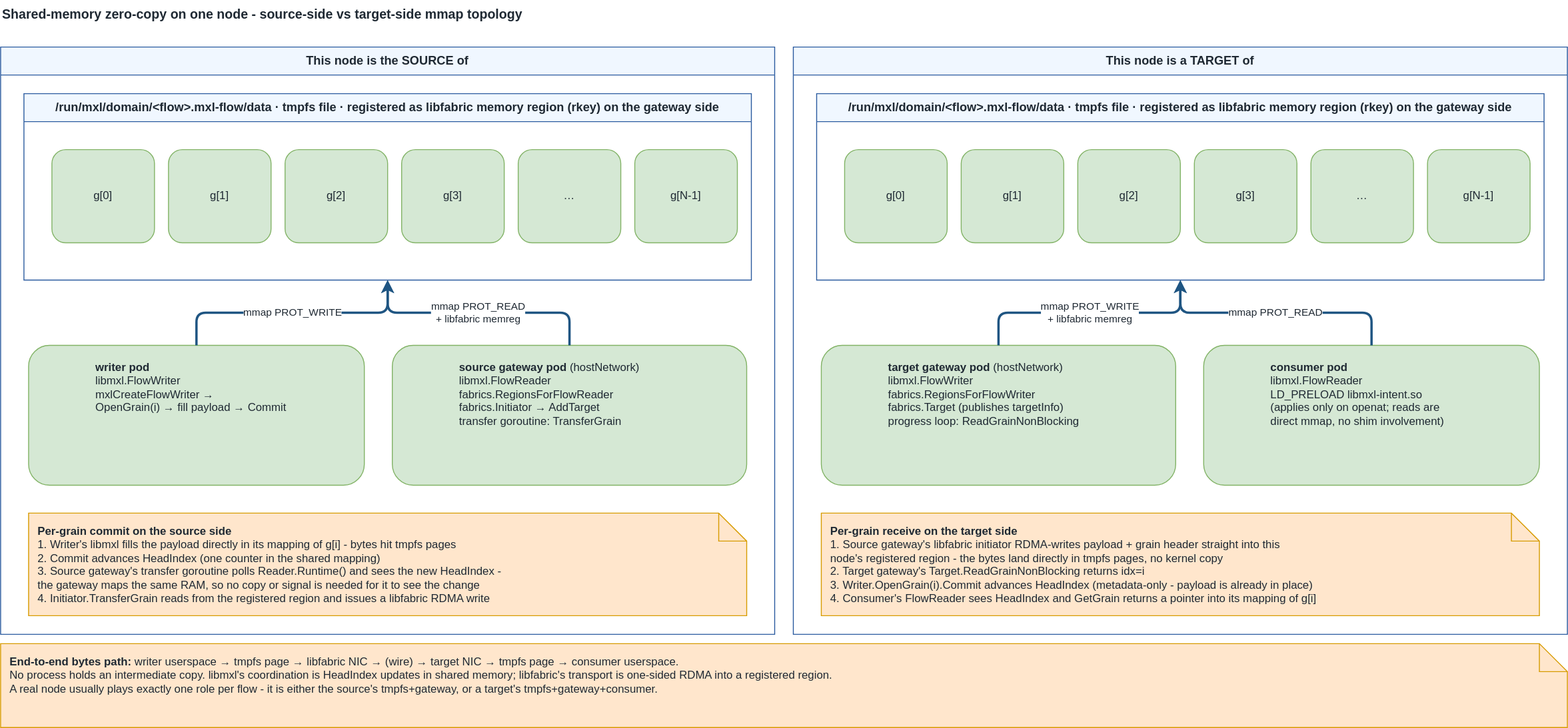
This is docs/architecture/diagrams/03-mmap.drawio.svg from qvest-digital/mxl-k8s, a draw.io export, as it was before one commit. Source tidied: cells renumbered, new cells last; positions are measured from the earlier drawing's top-left corner, leaving out a move shared by most shapes.
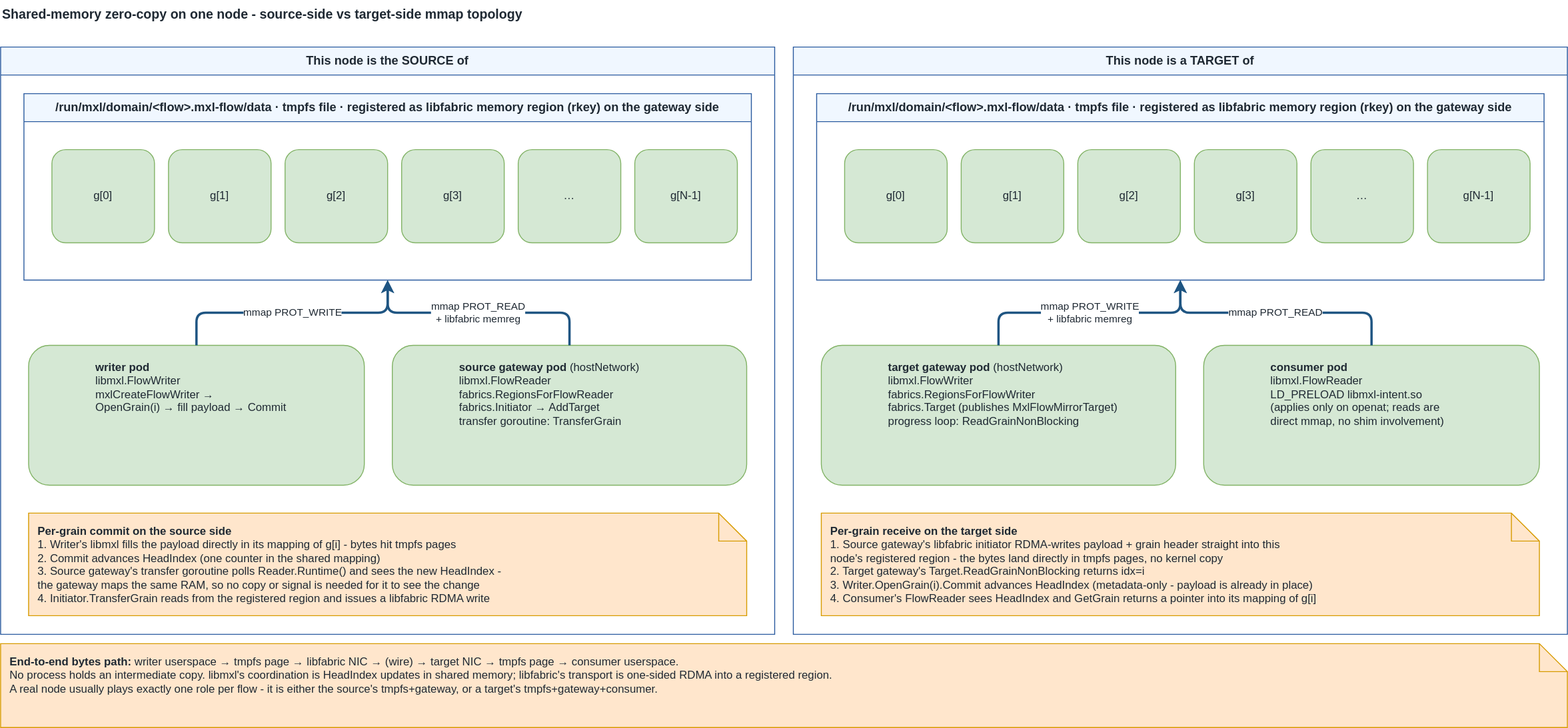
After the commit.

What changed in the source:
```diff
@@ -68,7 +68,7 @@
     <mxCell id="23" value="g[N-1]" style="rounded=1;whiteSpace=wrap;html=1;fillColor=#d5e8d4;strokeColor=#82b366;align=center;verticalAlign=middle;fontColor=#1f2933;" parent="17" vertex="1">
       <mxGeometry x="655" y="60" width="110" height="100" as="geometry" />
     </mxCell>
-    <mxCell id="24" value="&lt;b&gt;target gateway pod&lt;/b&gt;  (hostNetwork)&lt;br&gt;libmxl.FlowWriter&lt;br&gt;fabrics.RegionsForFlowWriter&lt;br&gt;fabrics.Target  (publishes targetInfo)&lt;br&gt;progress loop: ReadGrainNonBlocking" style="rounded=1;whiteSpace=wrap;html=1;fillColor=#d5e8d4;strokeColor=#82b366;align=left;verticalAlign=top;spacingLeft=70;spacingTop=10;spacingRight=8;fontColor=#1f2933;" parent="16" vertex="1">
+    <mxCell id="24" value="&lt;b&gt;target gateway pod&lt;/b&gt;  (hostNetwork)&lt;br&gt;libmxl.FlowWriter&lt;br&gt;fabrics.RegionsForFlowWriter&lt;br&gt;fabrics.Target  (publishes MxlFlowMirrorTarget)&lt;br&gt;progress loop: ReadGrainNonBlocking" style="rounded=1;whiteSpace=wrap;html=1;fillColor=#d5e8d4;strokeColor=#82b366;align=left;verticalAlign=top;spacingLeft=70;spacingTop=10;spacingRight=8;fontColor=#1f2933;" parent="16" vertex="1">
       <mxGeometry x="30" y="320" width="380" height="150" as="geometry" />
     </mxCell>
     <mxCell id="25" value="&lt;b&gt;consumer pod&lt;/b&gt;&lt;br&gt;libmxl.FlowReader&lt;br&gt;LD_PRELOAD libmxl-intent.so&lt;br&gt;(applies only on openat; reads are&lt;br&gt;direct mmap, no shim involvement)" style="rounded=1;whiteSpace=wrap;html=1;fillColor=#d5e8d4;strokeColor=#82b366;align=left;verticalAlign=top;spacingLeft=70;spacingTop=10;spacingRight=8;fontColor=#1f2933;" parent="16" vertex="1">
```
